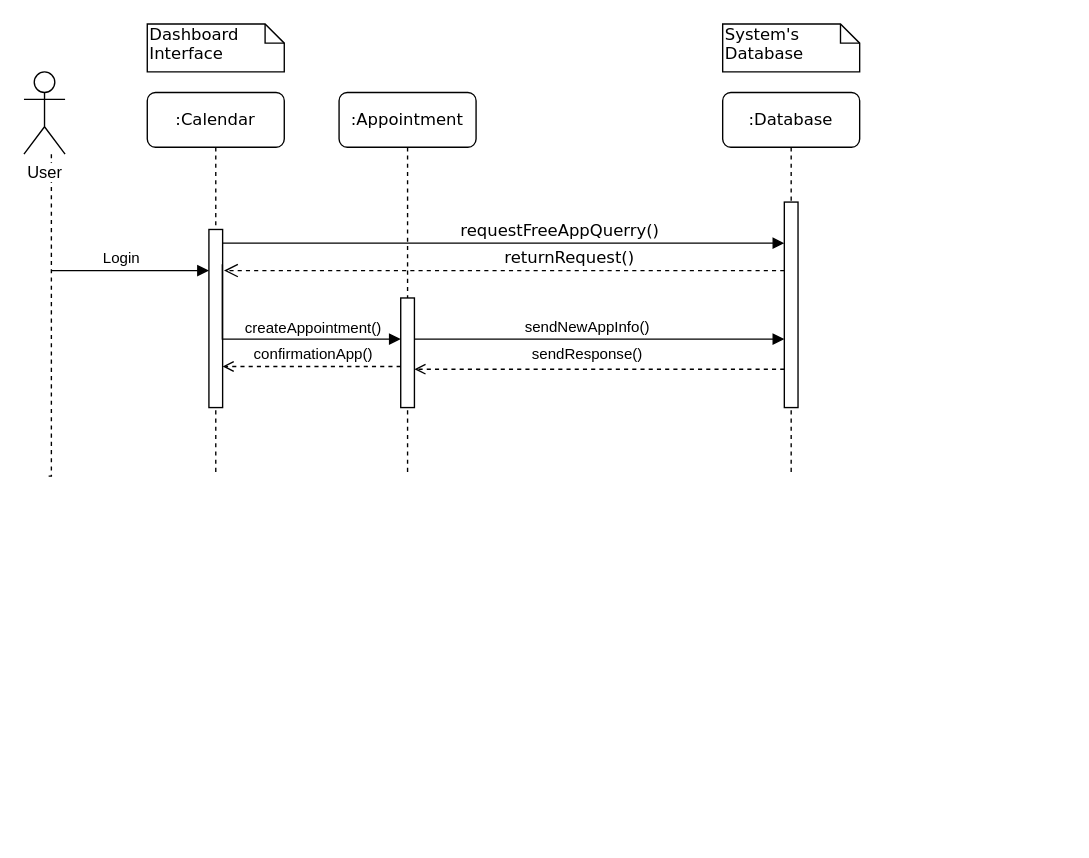
kkasharaj17/SE-project keeps this draw.io diagram as Diagrams/Sequence Diagrams/SEQ_05-6-7_Approve Reject Reschedule Appointment.drawio. Above is the earlier version. Source tidied: cells renumbered, new cells numbered last; positions are measured from the earlier drawing's top-left corner, leaving out a move shared by most shapes. Both pictures are drawn from the tidied source at 137%, with x=0, y=0 at pixel (23, 23).
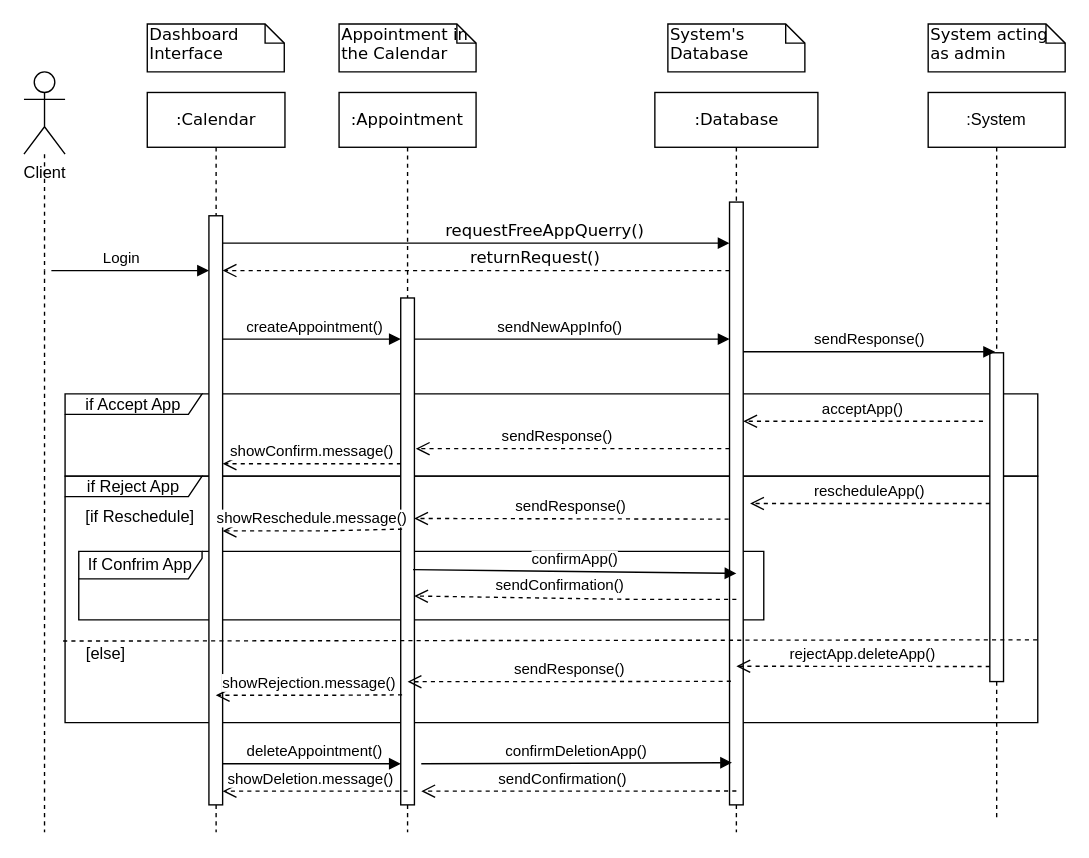
Above is the later version.

The change refers to these unchanged cells:
```xml
<mxCell id="18" style="edgeStyle=orthogonalEdgeStyle;rounded=0;jettySize=auto;html=1;startArrow=none;startFill=0;endArrow=block;endFill=1;" parent="1" edge="1" source="3" target="5">
  <mxGeometry relative="1" as="geometry">
    <Array as="points">
      <mxPoint x="330" y="230" />
      <mxPoint x="330" y="230" />
    </Array>
  </mxGeometry>
</mxCell>
```

The edit, as a diff of the source:
```diff
@@
+    <mxCell id="24" value="If Confrim App" style="shape=umlFrame;whiteSpace=wrap;html=1;rounded=0;shadow=0;glass=0;comic=0;width=90;height=20;" parent="1" vertex="1">
+      <mxGeometry x="40" y="385" width="500" height="50" as="geometry" />
+    </mxCell>
+    <mxCell id="25" value="if Reject App" style="shape=umlFrame;whiteSpace=wrap;html=1;rounded=0;shadow=0;glass=0;comic=0;width=100;height=15;" parent="1" vertex="1">
+      <mxGeometry x="30" y="330" width="710" height="180" as="geometry" />
+    </mxCell>
+    <mxCell id="26" value="if Accept App" style="shape=umlFrame;whiteSpace=wrap;html=1;rounded=0;shadow=0;glass=0;comic=0;width=100;height=15;" parent="1" vertex="1">
+      <mxGeometry x="30" y="270" width="710" height="60" as="geometry" />
+    </mxCell>
-    <mxCell id="2" value=":Appointment" style="shape=umlLifeline;perimeter=lifelinePerimeter;whiteSpace=wrap;html=1;rounded=1;shadow=0;comic=0;labelBackgroundColor=none;strokeWidth=1;fontFamily=Verdana;fontSize=12;align=center;" parent="1" vertex="1">
-      <mxGeometry x="230" y="50" width="100" height="280" as="geometry" />
+    <mxCell id="2" value=":Appointment" style="shape=umlLifeline;perimeter=lifelinePerimeter;whiteSpace=wrap;html=1;rounded=0;shadow=0;comic=0;labelBackgroundColor=none;strokeWidth=1;fontFamily=Verdana;fontSize=12;align=center;" parent="1" vertex="1">
+      <mxGeometry x="230" y="50" width="100" height="540" as="geometry" />
     </mxCell>
     <mxCell id="3" style="html=1;points=[];perimeter=orthogonalPerimeter;rounded=0;shadow=0;comic=0;labelBackgroundColor=none;strokeWidth=1;fontFamily=Verdana;fontSize=12;align=center;" parent="2" vertex="1">
-      <mxGeometry x="45" y="150" width="10" height="80" as="geometry" />
+      <mxGeometry x="45" y="150" width="10" height="370" as="geometry" />
     </mxCell>
-    <mxCell id="4" value=":Database" style="shape=umlLifeline;perimeter=lifelinePerimeter;whiteSpace=wrap;html=1;rounded=1;shadow=0;comic=0;labelBackgroundColor=none;strokeWidth=1;fontFamily=Verdana;fontSize=12;align=center;" parent="1" vertex="1">
-      <mxGeometry x="510" y="50" width="100" height="280" as="geometry" />
+    <mxCell id="4" value=":Database" style="shape=umlLifeline;perimeter=lifelinePerimeter;whiteSpace=wrap;html=1;rounded=0;shadow=0;comic=0;labelBackgroundColor=none;strokeWidth=1;fontFamily=Verdana;fontSize=12;align=center;" parent="1" vertex="1">
+      <mxGeometry x="460.5" y="50" width="119" height="540" as="geometry" />
     </mxCell>
     <mxCell id="5" style="html=1;points=[];perimeter=orthogonalPerimeter;rounded=0;shadow=0;comic=0;labelBackgroundColor=none;strokeWidth=1;fontFamily=Verdana;fontSize=12;align=center;" parent="4" vertex="1">
-      <mxGeometry x="45" y="80" width="10" height="150" as="geometry" />
+      <mxGeometry x="54.5" y="80" width="10" height="440" as="geometry" />
     </mxCell>
-    <mxCell id="6" value=":Calendar" style="shape=umlLifeline;perimeter=lifelinePerimeter;whiteSpace=wrap;html=1;rounded=1;shadow=0;comic=0;labelBackgroundColor=none;strokeWidth=1;fontFamily=Verdana;fontSize=12;align=center;" parent="1" vertex="1">
-      <mxGeometry x="90" y="50" width="100" height="280" as="geometry" />
+    <mxCell id="6" value=":Calendar" style="shape=umlLifeline;perimeter=lifelinePerimeter;whiteSpace=wrap;html=1;rounded=0;shadow=0;comic=0;labelBackgroundColor=none;strokeWidth=1;fontFamily=Verdana;fontSize=12;align=center;glass=0;" parent="4" vertex="1">
+      <mxGeometry x="-370.5" width="100.5" height="540" as="geometry" />
     </mxCell>
-    <mxCell id="7" style="html=1;points=[];perimeter=orthogonalPerimeter;rounded=0;shadow=0;comic=0;labelBackgroundColor=none;strokeWidth=1;fontFamily=Verdana;fontSize=12;align=center;" parent="6" vertex="1">
-      <mxGeometry x="45" y="100" width="10" height="130" as="geometry" />
-    </mxCell>
-    <mxCell id="8" value="returnRequest()" style="html=1;verticalAlign=bottom;endArrow=open;dashed=1;endSize=8;labelBackgroundColor=none;fontFamily=Verdana;fontSize=12;edgeStyle=elbowEdgeStyle;elbow=vertical;" parent="1" edge="1" source="5">
-      <mxGeometry x="-0.23" relative="1" as="geometry">
-        <mxPoint x="146" y="180" as="targetPoint" />
-        <Array as="points">
-          <mxPoint x="430" y="180" />
-          <mxPoint x="690" y="230" />
-        </Array>
-      </mxGeometry>
-    </mxCell>
-    <mxCell id="9" value="requestFreeAppQuerry()" style="html=1;verticalAlign=bottom;endArrow=block;labelBackgroundColor=none;fontFamily=Verdana;fontSize=12;edgeStyle=elbowEdgeStyle;elbow=vertical;" parent="1" edge="1" source="7" target="5">
-      <mxGeometry x="0.93" y="-150" relative="1" as="geometry">
+    <mxCell id="9" value="requestFreeAppQuerry()" style="html=1;verticalAlign=bottom;endArrow=block;labelBackgroundColor=none;fontFamily=Verdana;fontSize=12;edgeStyle=elbowEdgeStyle;elbow=vertical;" parent="1" edge="1" target="5">
+      <mxGeometry x="0.27" relative="1" as="geometry">
+        <mxPoint x="145" y="160" as="sourcePoint" />
         <Array as="points">
+          <mxPoint x="520" y="160" />
           <mxPoint x="540" y="160" />
         </Array>
-        <mxPoint x="-150" y="-150" as="offset" />
       </mxGeometry>
     </mxCell>
@@
     <mxCell id="11" value="System's Database" style="shape=note;whiteSpace=wrap;html=1;size=14;verticalAlign=top;align=left;spacingTop=-6;rounded=0;shadow=0;comic=0;labelBackgroundColor=none;strokeWidth=1;fontFamily=Verdana;fontSize=12;" parent="1" vertex="1">
-      <mxGeometry x="510" width="100" height="35" as="geometry" />
+      <mxGeometry x="470" width="100" height="35" as="geometry" />
     </mxCell>
-    <mxCell id="12" style="edgeStyle=orthogonalEdgeStyle;rounded=0;jettySize=auto;html=1;endArrow=none;endFill=0;dashed=1;" parent="1" edge="1" source="13">
+    <mxCell id="12" style="edgeStyle=orthogonalEdgeStyle;rounded=0;orthogonalLoop=1;jettySize=auto;html=1;endArrow=none;endFill=0;dashed=1;" parent="1" edge="1">
       <mxGeometry relative="1" as="geometry">
-        <mxPoint x="15" y="330" as="targetPoint" />
+        <mxPoint x="15" y="180" as="sourcePoint" />
+        <mxPoint x="15" y="590" as="targetPoint" />
         <Array as="points">
-          <mxPoint x="20" y="320" />
-          <mxPoint x="20" y="320" />
+          <mxPoint x="15" y="410" />
         </Array>
       </mxGeometry>
     </mxCell>
-    <mxCell id="13" value="User" style="shape=umlActor;verticalLabelPosition=bottom;labelBackgroundColor=#ffffff;verticalAlign=top;html=1;" parent="1" vertex="1">
+    <mxCell id="13" value="Client" style="shape=umlActor;verticalLabelPosition=bottom;labelBackgroundColor=#ffffff;verticalAlign=top;html=1;" parent="1" vertex="1">
       <mxGeometry y="35" width="30" height="60" as="geometry" />
     </mxCell>
-    <mxCell id="14" style="endArrow=block;startArrow=none;endFill=1;startFill=0;html=1;" parent="1" edge="1" target="7">
+    <mxCell id="14" style="endArrow=block;startArrow=none;endFill=1;startFill=0;html=1;" parent="1" edge="1">
       <mxGeometry relative="1" as="geometry">
         <mxPoint x="20" y="180" as="sourcePoint" />
+        <mxPoint x="135" y="180" as="targetPoint" />
         <Array as="points">
           <mxPoint x="100" y="180" />
         </Array>
       </mxGeometry>
     </mxCell>
@@
-    <mxCell id="16" style="edgeStyle=orthogonalEdgeStyle;rounded=0;jettySize=auto;html=1;startArrow=block;startFill=1;endArrow=none;endFill=0;entryX=0.98;entryY=0.195;entryDx=0;entryDy=0;entryPerimeter=0;" parent="1" edge="1" source="3" target="7">
+    <mxCell id="16" style="edgeStyle=orthogonalEdgeStyle;rounded=0;jettySize=auto;html=1;startArrow=block;startFill=1;endArrow=none;endFill=0;" parent="1" edge="1" source="3">
       <mxGeometry relative="1" as="geometry">
+        <mxPoint x="145" y="230" as="targetPoint" />
         <Array as="points">
           <mxPoint x="145" y="230" />
         </Array>
       </mxGeometry>
     </mxCell>
     <mxCell id="17" value="createAppointment()" style="edgeLabel;html=1;align=center;verticalAlign=middle;" parent="16" vertex="1">
       <mxGeometry x="0.93" y="87" relative="1" as="geometry">
-        <mxPoint x="152.2" y="38.8" as="offset" />
+        <mxPoint x="61" y="-97" as="offset" />
       </mxGeometry>
     </mxCell>
@@
     <mxCell id="19" value="sendNewAppInfo()" style="edgeLabel;html=1;align=center;verticalAlign=middle;" parent="18" vertex="1">
       <mxGeometry x="0.28" y="38" relative="1" as="geometry">
-        <mxPoint x="-48" y="28" as="offset" />
+        <mxPoint x="-42" y="28" as="offset" />
       </mxGeometry>
     </mxCell>
-    <mxCell id="20" style="edgeStyle=orthogonalEdgeStyle;rounded=0;jettySize=auto;html=1;startArrow=none;startFill=0;endArrow=open;endFill=0;dashed=1;" parent="1" edge="1" source="5">
-      <mxGeometry relative="1" as="geometry">
-        <mxPoint x="285" y="252" as="targetPoint" />
-        <Array as="points">
-          <mxPoint x="330" y="252" />
-          <mxPoint x="330" y="252" />
-        </Array>
-      </mxGeometry>
-    </mxCell>
-    <mxCell id="21" value="sendResponse()" style="edgeLabel;html=1;align=center;verticalAlign=middle;" parent="20" vertex="1">
-      <mxGeometry x="0.09" y="1" relative="1" as="geometry">
-        <mxPoint x="2" y="-13" as="offset" />
-      </mxGeometry>
-    </mxCell>
-    <mxCell id="22" style="edgeStyle=orthogonalEdgeStyle;rounded=0;jettySize=auto;html=1;dashed=1;startArrow=none;startFill=0;endArrow=open;endFill=0;" parent="1" edge="1" source="3">
-      <mxGeometry relative="1" as="geometry">
-        <mxPoint x="145" y="250" as="targetPoint" />
-        <Array as="points">
-          <mxPoint x="145" y="250" />
-        </Array>
-      </mxGeometry>
-    </mxCell>
-    <mxCell id="23" value="confirmationApp()" style="edgeLabel;html=1;align=center;verticalAlign=middle;" parent="22" vertex="1">
-      <mxGeometry x="-0.21" y="-1" relative="1" as="geometry">
-        <mxPoint x="-14" y="-9" as="offset" />
-      </mxGeometry>
-    </mxCell>
+    <mxCell id="27" value=":System" style="shape=umlLifeline;perimeter=lifelinePerimeter;whiteSpace=wrap;html=1;" parent="1" vertex="1">
+      <mxGeometry x="660" y="50" width="100" height="530" as="geometry" />
+    </mxCell>
+    <mxCell id="28" style="html=1;points=[];perimeter=orthogonalPerimeter;rounded=0;shadow=0;glass=0;comic=0;" parent="27" vertex="1">
+      <mxGeometry x="45" y="190" width="10" height="240" as="geometry" />
+    </mxCell>
+    <mxCell id="29" style="edgeStyle=orthogonalEdgeStyle;rounded=0;jettySize=auto;html=1;endArrow=none;endFill=0;dashed=1;" parent="1" edge="1" source="13">
+      <mxGeometry relative="1" as="geometry">
+        <mxPoint x="15" y="180" as="targetPoint" />
+      </mxGeometry>
+    </mxCell>
+    <mxCell id="30" value="System acting as admin" style="shape=note;whiteSpace=wrap;html=1;size=14;verticalAlign=top;align=left;spacingTop=-6;rounded=0;shadow=0;comic=0;labelBackgroundColor=none;strokeWidth=1;fontFamily=Verdana;fontSize=12;" parent="1" vertex="1">
+      <mxGeometry x="660" width="100" height="35" as="geometry" />
+    </mxCell>
+    <mxCell id="31" value="Appointment in the Calendar" style="shape=note;whiteSpace=wrap;html=1;size=14;verticalAlign=top;align=left;spacingTop=-6;rounded=0;shadow=0;comic=0;labelBackgroundColor=none;strokeWidth=1;fontFamily=Verdana;fontSize=12;" parent="1" vertex="1">
+      <mxGeometry x="230" width="100" height="35" as="geometry" />
+    </mxCell>
+    <mxCell id="32" value="sendResponse()" style="html=1;verticalAlign=bottom;endArrow=open;dashed=1;endSize=8;" parent="1" edge="1" source="5">
+      <mxGeometry x="0.1" relative="1" as="geometry">
+        <mxPoint x="286" y="310" as="targetPoint" />
+        <Array as="points">
+          <mxPoint x="440" y="310" />
+        </Array>
+      </mxGeometry>
+    </mxCell>
+    <mxCell id="33" value="showConfirm.message()" style="html=1;verticalAlign=bottom;endArrow=open;dashed=1;endSize=8;exitX=0.02;exitY=0.327;exitDx=0;exitDy=0;exitPerimeter=0;" parent="1" edge="1" source="3" target="34">
+      <mxGeometry relative="1" as="geometry" />
+    </mxCell>
+    <mxCell id="34" style="html=1;points=[];perimeter=orthogonalPerimeter;rounded=0;shadow=0;glass=0;comic=0;" parent="1" vertex="1">
+      <mxGeometry x="135" y="140" width="10" height="430" as="geometry" />
+    </mxCell>
+    <mxCell id="8" value="returnRequest()" style="html=1;verticalAlign=bottom;endArrow=open;dashed=1;endSize=8;labelBackgroundColor=none;fontFamily=Verdana;fontSize=12;edgeStyle=elbowEdgeStyle;elbow=vertical;" parent="1" edge="1" source="5" target="34">
+      <mxGeometry x="-0.23" relative="1" as="geometry">
+        <Array as="points">
+          <mxPoint x="430" y="180" />
+        </Array>
+      </mxGeometry>
+    </mxCell>
+    <mxCell id="35" value="sendResponse()" style="html=1;verticalAlign=bottom;endArrow=open;dashed=1;endSize=8;exitX=-0.06;exitY=0.526;exitDx=0;exitDy=0;exitPerimeter=0;entryX=0.98;entryY=0.435;entryDx=0;entryDy=0;entryPerimeter=0;" parent="1" edge="1" source="5" target="3">
+      <mxGeometry relative="1" as="geometry" />
+    </mxCell>
+    <mxCell id="36" value="acceptApp()" style="html=1;verticalAlign=bottom;endArrow=open;dashed=1;endSize=8;" parent="1" edge="1" target="5">
+      <mxGeometry relative="1" as="geometry">
+        <mxPoint x="700" y="290" as="sourcePoint" />
+      </mxGeometry>
+    </mxCell>
+    <mxCell id="37" value="rescheduleApp()" style="html=1;verticalAlign=bottom;endArrow=open;dashed=1;endSize=8;" parent="1" edge="1">
+      <mxGeometry relative="1" as="geometry">
+        <mxPoint x="705" y="350" as="sourcePoint" />
+        <mxPoint x="530" y="350" as="targetPoint" />
+      </mxGeometry>
+    </mxCell>
+    <mxCell id="38" value="showReschedule.message()" style="html=1;verticalAlign=bottom;endArrow=open;dashed=1;endSize=8;exitX=0.1;exitY=0.456;exitDx=0;exitDy=0;exitPerimeter=0;" parent="1" edge="1" source="3">
+      <mxGeometry relative="1" as="geometry">
+        <mxPoint x="145" y="370" as="targetPoint" />
+        <Array as="points">
+          <mxPoint x="220" y="370" />
+        </Array>
+      </mxGeometry>
+    </mxCell>
+    <mxCell id="39" value="[if Reschedule]" style="text;html=1;strokeColor=none;fillColor=none;align=center;verticalAlign=middle;whiteSpace=wrap;rounded=0;shadow=0;glass=0;comic=0;" parent="1" vertex="1">
+      <mxGeometry x="40" y="350" width="90" height="20" as="geometry" />
+    </mxCell>
+    <mxCell id="40" style="endArrow=none;dashed=1;html=1;exitX=-0.002;exitY=0.669;exitDx=0;exitDy=0;exitPerimeter=0;entryX=1;entryY=0.664;entryDx=0;entryDy=0;entryPerimeter=0;" parent="1" edge="1" source="25" target="25">
+      <mxGeometry relative="1" as="geometry" />
+    </mxCell>
+    <mxCell id="41" value="sendConfirmation()" style="html=1;verticalAlign=bottom;endArrow=open;dashed=1;endSize=8;exitX=0.5;exitY=0.659;exitDx=0;exitDy=0;exitPerimeter=0;entryX=0.98;entryY=0.588;entryDx=0;entryDy=0;entryPerimeter=0;" parent="1" edge="1" source="5" target="3">
+      <mxGeometry x="0.1" relative="1" as="geometry">
+        <Array as="points">
+          <mxPoint x="444" y="420" />
+        </Array>
+      </mxGeometry>
+    </mxCell>
+    <mxCell id="42" value="[else]" style="text;html=1;strokeColor=none;fillColor=none;align=center;verticalAlign=middle;whiteSpace=wrap;rounded=0;shadow=0;glass=0;comic=0;" parent="1" vertex="1">
+      <mxGeometry x="40" y="450" width="40" height="20" as="geometry" />
+    </mxCell>
+    <mxCell id="43" value="rejectApp.deleteApp()" style="html=1;verticalAlign=bottom;endArrow=open;dashed=1;endSize=8;entryX=0.5;entryY=0.77;entryDx=0;entryDy=0;entryPerimeter=0;" parent="1" edge="1" target="5">
+      <mxGeometry relative="1" as="geometry">
+        <mxPoint x="705" y="469" as="sourcePoint" />
+      </mxGeometry>
+    </mxCell>
+    <mxCell id="44" value="sendResponse()" style="html=1;verticalAlign=bottom;endArrow=open;dashed=1;endSize=8;exitX=0.1;exitY=0.795;exitDx=0;exitDy=0;exitPerimeter=0;entryX=0.5;entryY=0.757;entryDx=0;entryDy=0;entryPerimeter=0;" parent="1" edge="1" source="5" target="3">
+      <mxGeometry relative="1" as="geometry">
+        <Array as="points">
+          <mxPoint x="400.5" y="480" />
+        </Array>
+      </mxGeometry>
+    </mxCell>
+    <mxCell id="45" value="showRejection.message()" style="html=1;verticalAlign=bottom;endArrow=open;dashed=1;endSize=8;exitX=0.1;exitY=0.783;exitDx=0;exitDy=0;exitPerimeter=0;entryX=0.5;entryY=0.814;entryDx=0;entryDy=0;entryPerimeter=0;" parent="1" edge="1" source="3" target="34">
+      <mxGeometry relative="1" as="geometry">
+        <Array as="points">
+          <mxPoint x="220" y="490" />
+        </Array>
+      </mxGeometry>
+    </mxCell>
+    <mxCell id="46" style="edgeStyle=orthogonalEdgeStyle;rounded=0;orthogonalLoop=1;jettySize=auto;html=1;startArrow=block;startFill=1;endArrow=none;endFill=0;" parent="1" edge="1">
+      <mxGeometry relative="1" as="geometry">
+        <mxPoint x="275" y="540" as="sourcePoint" />
+        <mxPoint x="145" y="540" as="targetPoint" />
+        <Array as="points">
+          <mxPoint x="145" y="540" />
+        </Array>
+      </mxGeometry>
+    </mxCell>
+    <mxCell id="47" value="deleteAppointment()" style="edgeLabel;html=1;align=center;verticalAlign=middle;" parent="46" vertex="1">
+      <mxGeometry x="0.93" y="87" relative="1" as="geometry">
+        <mxPoint x="61" y="-97" as="offset" />
+      </mxGeometry>
+    </mxCell>
+    <mxCell id="48" value="confirmDeletionApp()" style="html=1;verticalAlign=bottom;endArrow=block;entryX=0.18;entryY=0.93;entryDx=0;entryDy=0;entryPerimeter=0;" parent="1" edge="1" target="5">
+      <mxGeometry relative="1" as="geometry">
+        <mxPoint x="290" y="540" as="sourcePoint" />
+      </mxGeometry>
+    </mxCell>
+    <mxCell id="49" value="sendConfirmation()" style="html=1;verticalAlign=bottom;endArrow=open;dashed=1;endSize=8;exitX=0.5;exitY=0.977;exitDx=0;exitDy=0;exitPerimeter=0;" parent="1" edge="1" source="5">
+      <mxGeometry x="0.1" relative="1" as="geometry">
+        <mxPoint x="290" y="560" as="targetPoint" />
+        <Array as="points">
+          <mxPoint x="444" y="560" />
+        </Array>
+      </mxGeometry>
+    </mxCell>
+    <mxCell id="50" value="showDeletion.message()" style="html=1;verticalAlign=bottom;endArrow=open;dashed=1;endSize=8;exitX=0.5;exitY=0.973;exitDx=0;exitDy=0;exitPerimeter=0;" parent="1" edge="1" source="3">
+      <mxGeometry x="0.05" relative="1" as="geometry">
+        <mxPoint x="145" y="560" as="targetPoint" />
+        <Array as="points">
+          <mxPoint x="220" y="560" />
+        </Array>
+      </mxGeometry>
+    </mxCell>
+    <mxCell id="51" value="sendResponse()" style="html=1;verticalAlign=bottom;endArrow=block;entryX=0.38;entryY=-0.003;entryDx=0;entryDy=0;entryPerimeter=0;" parent="1" edge="1" source="5" target="28">
+      <mxGeometry relative="1" as="geometry" />
+    </mxCell>
+    <mxCell id="52" value="confirmApp()" style="html=1;verticalAlign=bottom;endArrow=block;entryX=0.5;entryY=0.616;entryDx=0;entryDy=0;entryPerimeter=0;exitX=0.9;exitY=0.536;exitDx=0;exitDy=0;exitPerimeter=0;" parent="1" edge="1" source="3" target="5">
+      <mxGeometry relative="1" as="geometry" />
+    </mxCell>
```
